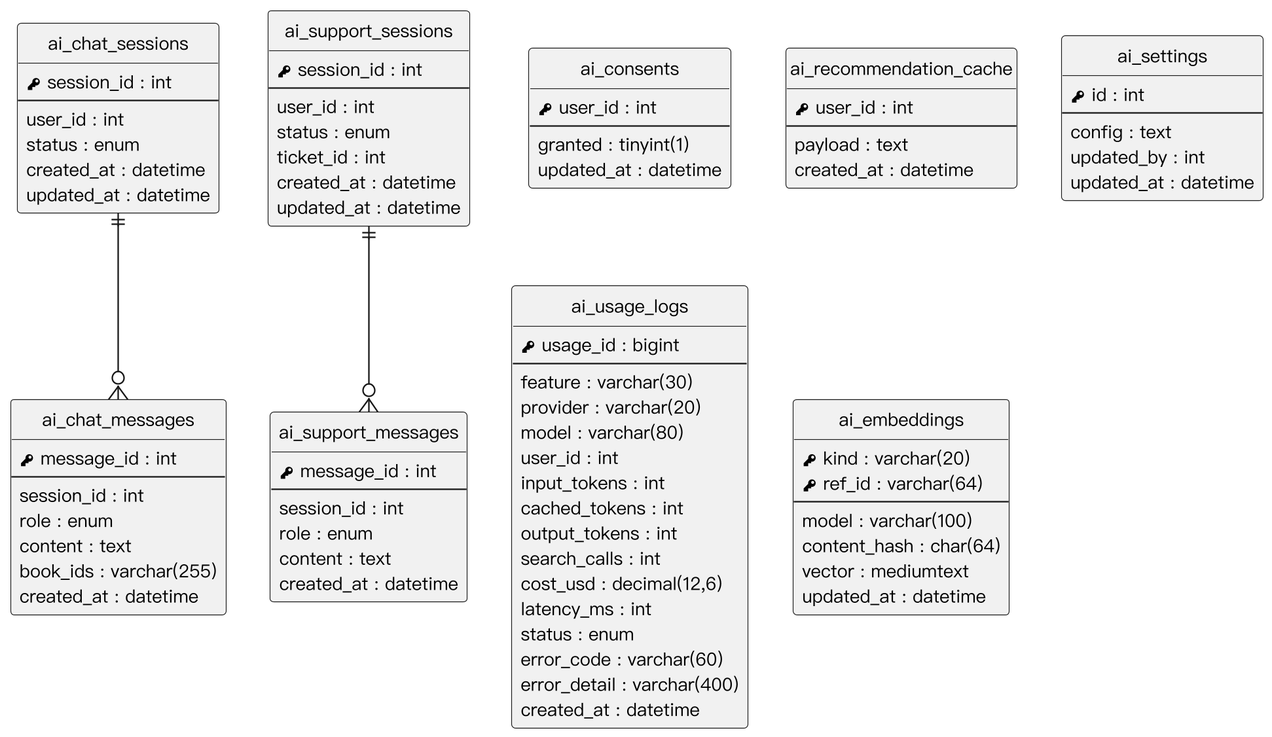
Earlier version of the PlantUML export Diagrams/Relational Tables/v3/er_ai_support.png (SaveMyBook/SaveMyBook).
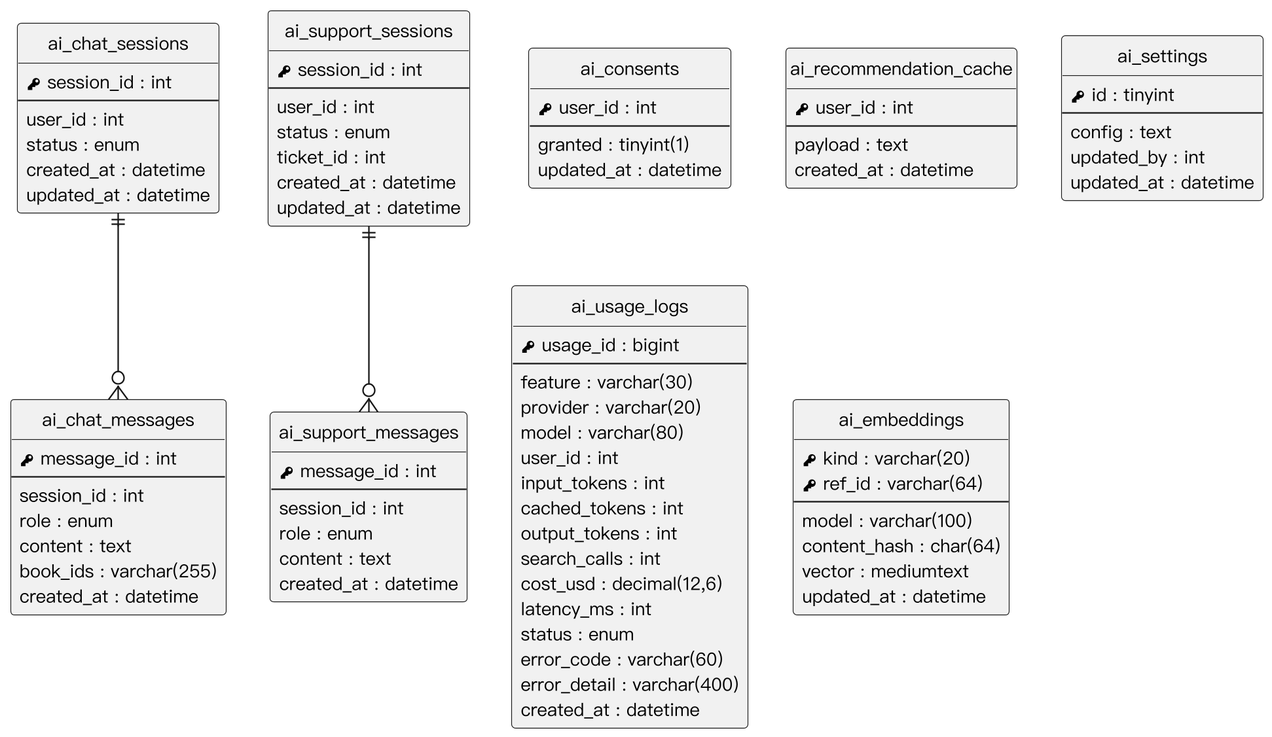
Later version of the same file.

Change to the diagram source:
```diff
@@ -57,7 +57,7 @@
   {field} created_at : datetime
 }
 entity "ai_settings" as ai_settings {
-  {field} <&key> id : int
+  {field} <&key> id : tinyint
   --
   {field} config : text
   {field} updated_by : int
```
